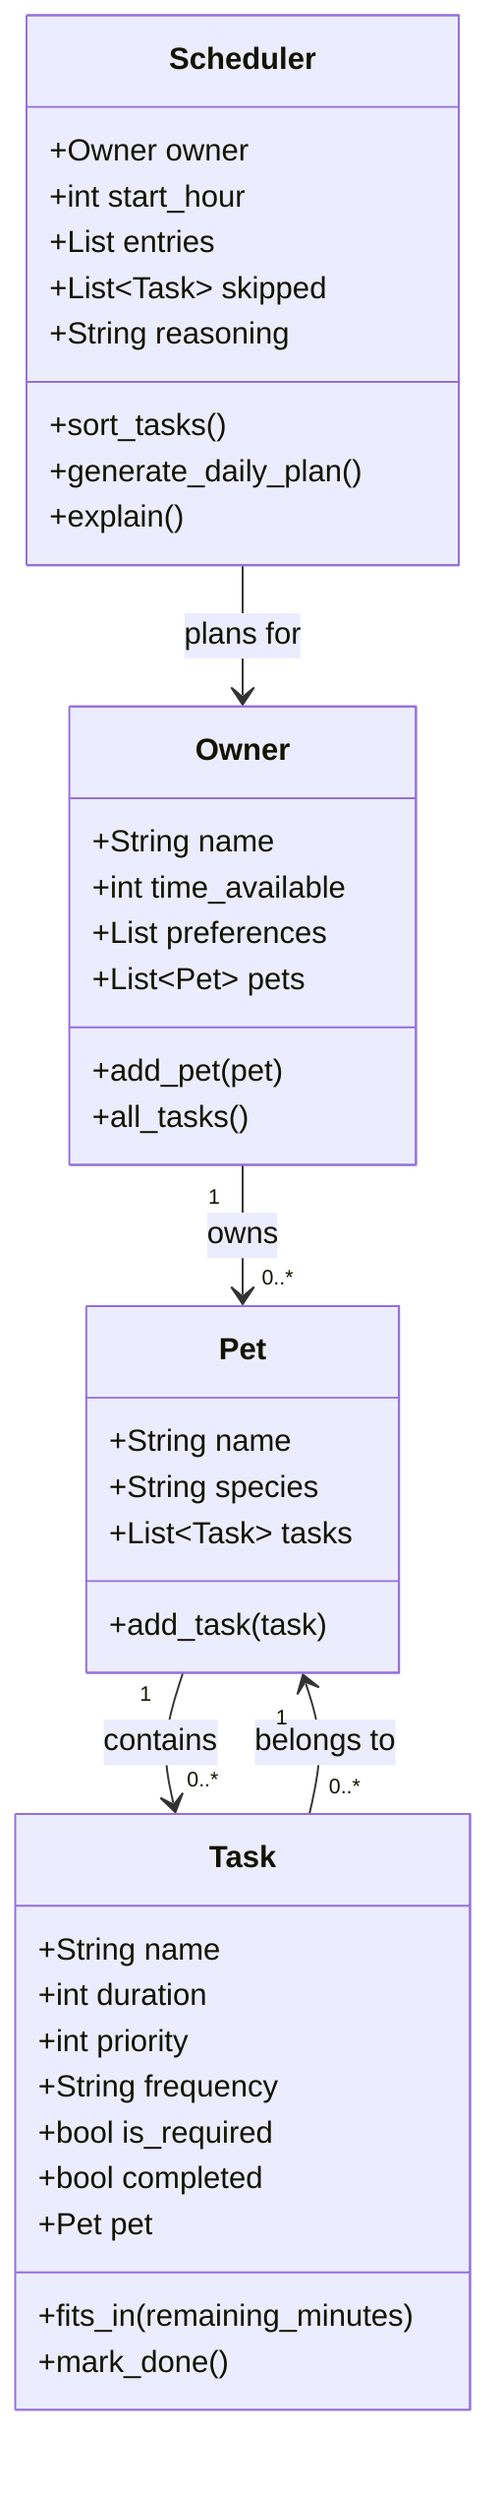
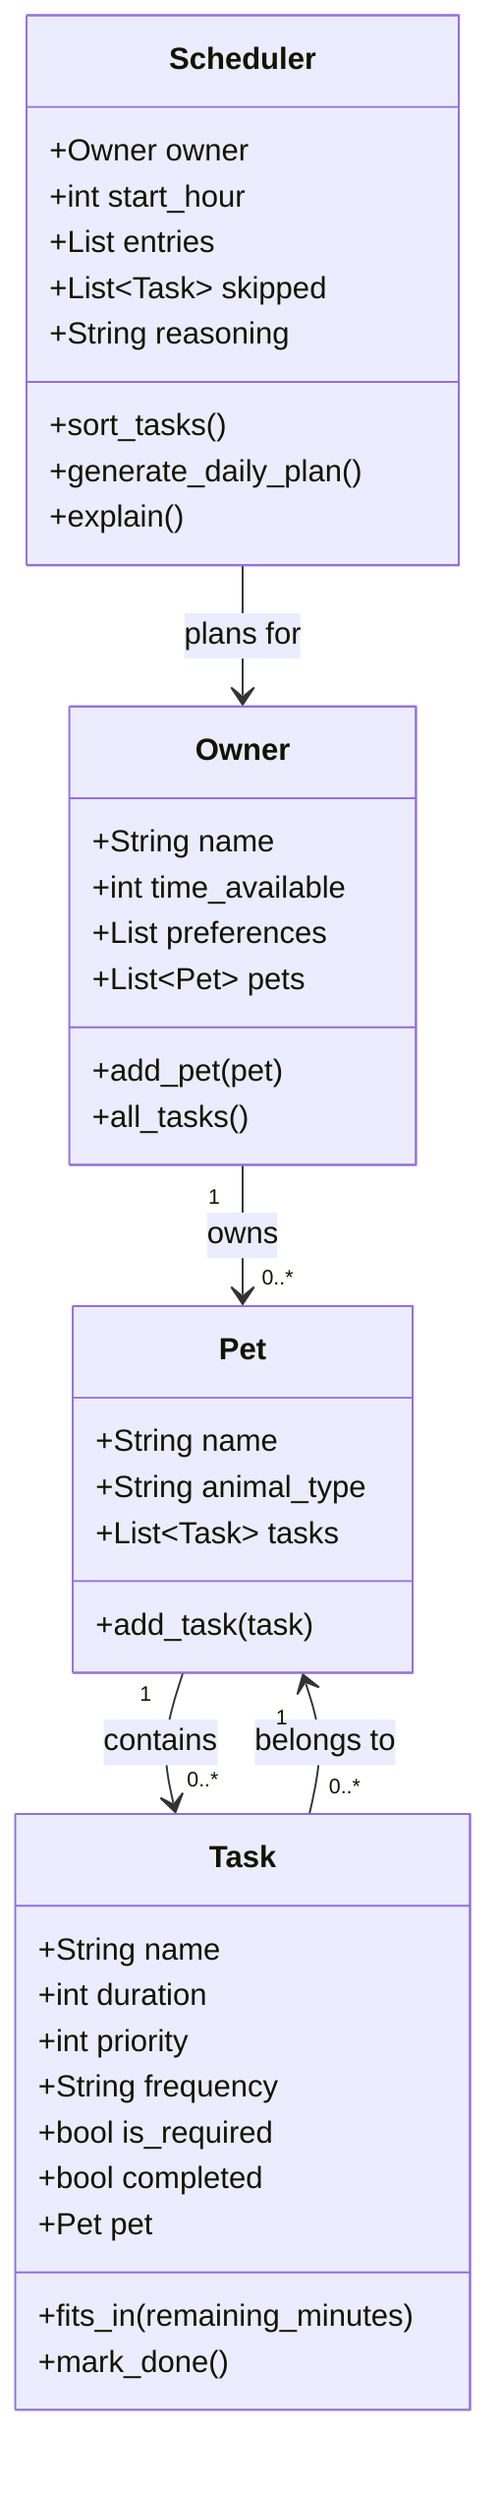
classDiagram
    class Owner {
        +String name
        +int time_available
        +List preferences
        +List~Pet~ pets
        +add_pet(pet)
        +all_tasks()
    }

    class Pet {
        +String name
-         +String species
+         +String animal_type
        +List~Task~ tasks
        +add_task(task)
    }

    class Task {
        +String name
        +int duration
        +int priority
        +String frequency
        +bool is_required
        +bool completed
        +Pet pet
        +fits_in(remaining_minutes)
        +mark_done()
    }

    class Scheduler {
        +Owner owner
        +int start_hour
        +List entries
        +List~Task~ skipped
        +String reasoning
        +sort_tasks()
        +generate_daily_plan()
        +explain()
    }

    Owner "1" --> "0..*" Pet : owns
    Pet "1" --> "0..*" Task : contains
    Task "0..*" --> "1" Pet : belongs to
    Scheduler --> Owner : plans for
